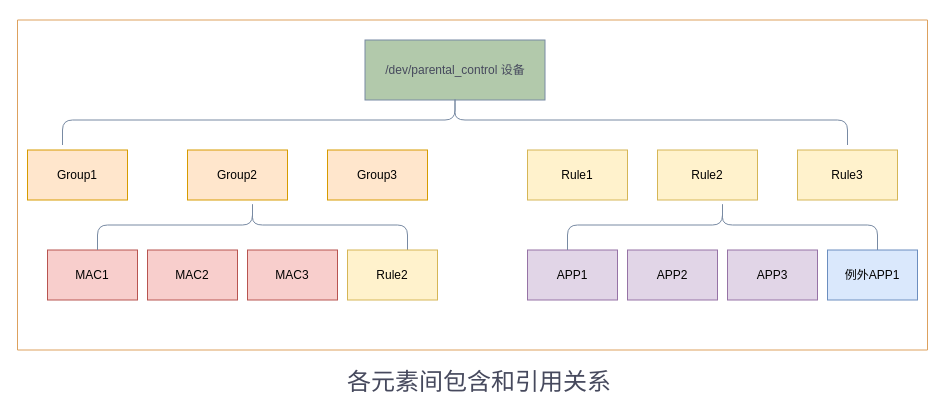
Above: page "包含关系" (2 of 4) of img/image.drawio in gl-inet/parental-control (draw.io), before the change. Source tidied: cells renumbered, new cells numbered last; positions are measured from the earlier drawing's top-left corner, leaving out a move shared by most shapes. Both pictures are drawn from the tidied source at 100%, with x=0, y=0 at pixel (17, -273).
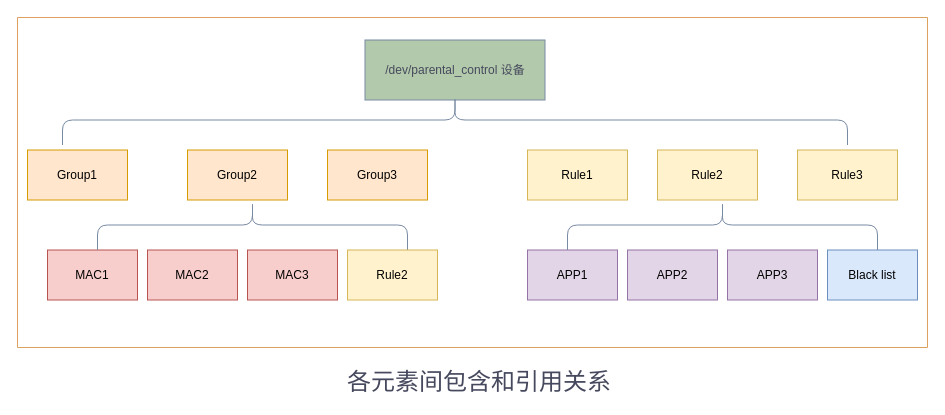
The same page after the edit.

What changed in the source:
```diff
@@
-    <mxCell id="20" value="例外APP1" style="rounded=0;whiteSpace=wrap;html=1;fillColor=#dae8fc;strokeColor=#6c8ebf;" parent="1" vertex="1">
+    <mxCell id="20" value="Black list" style="rounded=0;whiteSpace=wrap;html=1;fillColor=#dae8fc;strokeColor=#6c8ebf;" parent="1" vertex="1">
       <mxGeometry x="810" y="522.5" width="90" height="50" as="geometry" />
     </mxCell>
     <mxCell id="21" style="verticalLabelPosition=bottom;verticalAlign=top;html=1;shape=mxgraph.basic.rect;fillColor2=none;strokeWidth=1;size=20;indent=5;strokeColor=#DDA15E;fontColor=#FEFAE0;fillColor=none;" parent="1" vertex="1">
-      <mxGeometry y="292.5" width="910" height="330" as="geometry" />
+      <mxGeometry y="290" width="910" height="330" as="geometry" />
     </mxCell>
```
